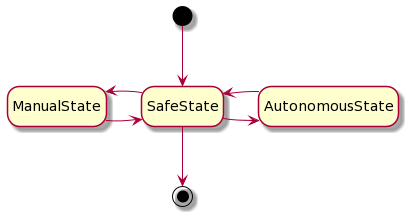
Before: doc/state_machine.png, a diagram exported from PlantUML (agribot-2-0/agribot_commander).
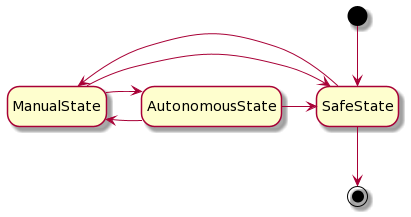
The same diagram one commit later.

Commit message:
Update state machine diagram

What changed in the source:
```diff
@@ -1,18 +1,14 @@
 @startuml
 hide empty description
 
-
-
-
-
-
 [*] --> SafeState
 
+AutonomousState -> SafeState
+AutonomousState -> ManualState
+
 ManualState -> SafeState
-SafeState -> ManualState
-
-SafeState -> AutonomousState
-AutonomousState -> SafeState
+ManualState -> AutonomousState
+SafeState -left-> ManualState
 
 SafeState --> [*]
 @enduml
```
